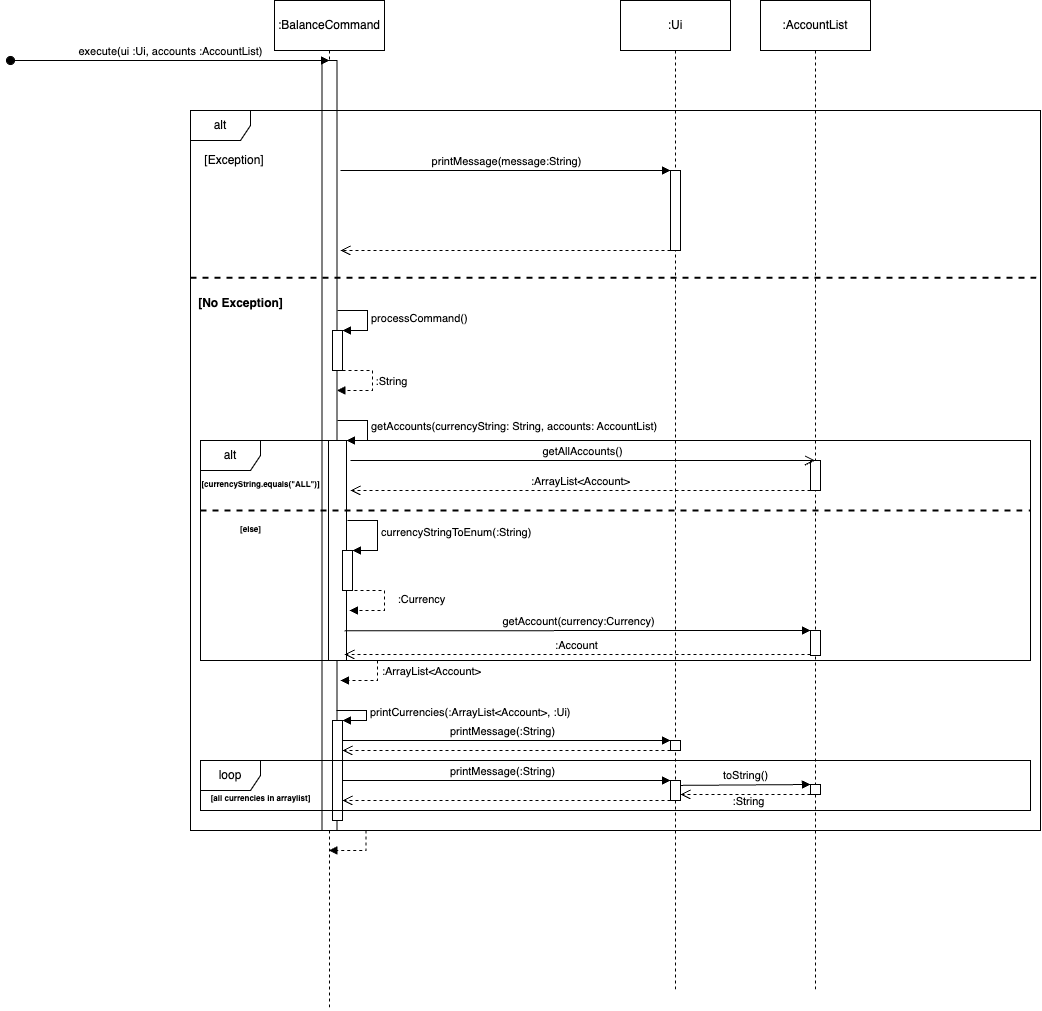
The draw.io diagram docs/images/BalanceSeqDiagram.png in woowenjun99/tp, before a commit. Source tidied: cells renumbered, new cells last; positions are measured from the earlier drawing's top-left corner, leaving out a move shared by most shapes.
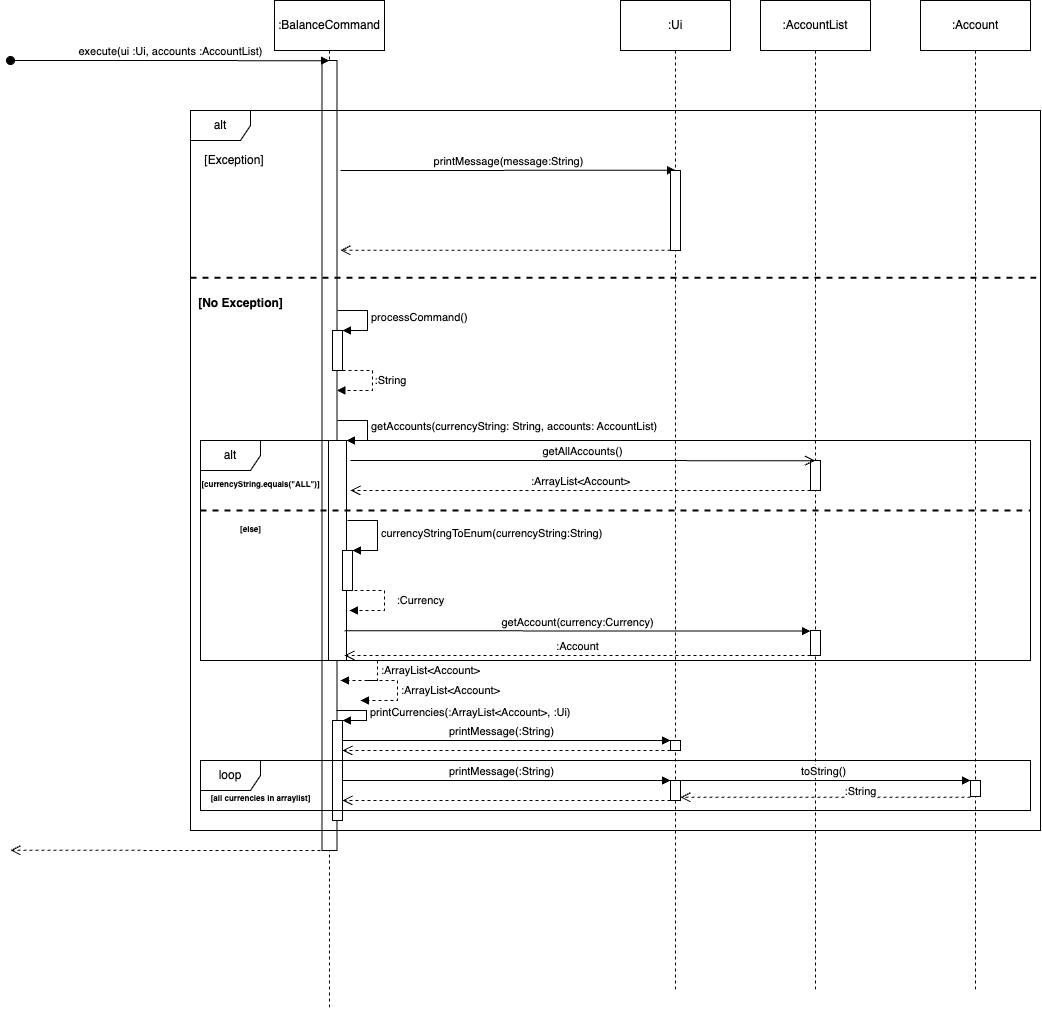
Later version of the same file.

Diff of the diagram source:
```diff
@@ -6,7 +6,7 @@
       <mxGeometry x="299" y="10" width="40" height="1000" as="geometry" />
     </mxCell>
     <mxCell id="3" style="html=1;points=[];perimeter=orthogonalPerimeter;outlineConnect=0;targetShapes=umlLifeline;portConstraint=eastwest;newEdgeStyle={&quot;edgeStyle&quot;:&quot;elbowEdgeStyle&quot;,&quot;elbow&quot;:&quot;vertical&quot;,&quot;curved&quot;:0,&quot;rounded&quot;:0};" parent="2" vertex="1">
-      <mxGeometry x="12.5" y="50" width="15" height="770" as="geometry" />
+      <mxGeometry x="12.5" y="50" width="15" height="790" as="geometry" />
     </mxCell>
     <mxCell id="4" style="html=1;points=[];perimeter=orthogonalPerimeter;outlineConnect=0;targetShapes=umlLifeline;portConstraint=eastwest;newEdgeStyle={&quot;edgeStyle&quot;:&quot;elbowEdgeStyle&quot;,&quot;elbow&quot;:&quot;vertical&quot;,&quot;curved&quot;:0,&quot;rounded&quot;:0};" parent="2" vertex="1">
       <mxGeometry x="19" y="430" width="18" height="220" as="geometry" />
@@ -125,7 +125,7 @@
     <mxCell id="30" style="html=1;points=[];perimeter=orthogonalPerimeter;outlineConnect=0;targetShapes=umlLifeline;portConstraint=eastwest;newEdgeStyle={&quot;edgeStyle&quot;:&quot;elbowEdgeStyle&quot;,&quot;elbow&quot;:&quot;vertical&quot;,&quot;curved&quot;:0,&quot;rounded&quot;:0};" parent="1" vertex="1">
       <mxGeometry x="332" y="550" width="10" height="40" as="geometry" />
     </mxCell>
-    <mxCell id="31" value="currencyStringToEnum(:String)" style="html=1;align=left;spacingLeft=2;endArrow=block;rounded=0;edgeStyle=orthogonalEdgeStyle;curved=0;rounded=0;" parent="1" edge="1" target="30">
+    <mxCell id="31" value="currencyStringToEnum(currencyString:String)" style="html=1;align=left;spacingLeft=2;endArrow=block;rounded=0;edgeStyle=orthogonalEdgeStyle;curved=0;rounded=0;" parent="1" edge="1" target="30">
       <mxGeometry relative="1" as="geometry">
         <mxPoint x="337" y="520" as="sourcePoint" />
         <Array as="points">
@@ -219,16 +219,6 @@
         </Array>
       </mxGeometry>
     </mxCell>
-    <mxCell id="45" style="html=1;align=left;spacingLeft=2;endArrow=block;rounded=0;edgeStyle=orthogonalEdgeStyle;curved=0;rounded=0;dashed=1;" parent="1" edge="1">
-      <mxGeometry relative="1" as="geometry">
-        <mxPoint x="325.5" y="830" as="sourcePoint" />
-        <mxPoint x="318.5" y="850" as="targetPoint" />
-        <Array as="points">
-          <mxPoint x="355.5" y="830" />
-          <mxPoint x="355.5" y="850" />
-        </Array>
-      </mxGeometry>
-    </mxCell>
     <mxCell id="46" value="&lt;font style=&quot;font-size: 8px;&quot;&gt;[all currencies in arraylist]&lt;/font&gt;" style="text;align=center;fontStyle=1;verticalAlign=middle;spacingLeft=3;spacingRight=3;strokeColor=none;html=1;" parent="1" vertex="1">
       <mxGeometry x="210" y="784" width="80" height="26" as="geometry" />
     </mxCell>
@@ -245,17 +235,47 @@
         <mxPoint x="334" y="654.7" as="targetPoint" />
       </mxGeometry>
     </mxCell>
+    <mxCell id="51" value="toString()" style="html=1;verticalAlign=bottom;endArrow=block;edgeStyle=elbowEdgeStyle;elbow=vertical;curved=0;rounded=0;" parent="1" edge="1" target="50">
+      <mxGeometry relative="1" as="geometry">
+        <mxPoint x="670" y="784.9" as="sourcePoint" />
+        <Array as="points">
+          <mxPoint x="770" y="780" />
+        </Array>
+      </mxGeometry>
+    </mxCell>
+    <mxCell id="53" style="html=1;verticalAlign=bottom;endArrow=open;dashed=1;endSize=8;edgeStyle=elbowEdgeStyle;elbow=vertical;curved=0;rounded=0;" parent="1" edge="1">
+      <mxGeometry relative="1" as="geometry">
+        <mxPoint x="310" y="850.1" as="sourcePoint" />
+        <mxPoint y="850" as="targetPoint" />
+      </mxGeometry>
+    </mxCell>
+    <mxCell id="54" style="html=1;align=left;spacingLeft=2;endArrow=block;rounded=0;edgeStyle=orthogonalEdgeStyle;curved=0;rounded=0;dashed=1;" parent="1" edge="1">
+      <mxGeometry relative="1" as="geometry">
+        <mxPoint x="357" y="680" as="sourcePoint" />
+        <mxPoint x="350" y="700" as="targetPoint" />
+        <Array as="points">
+          <mxPoint x="387" y="680" />
+          <mxPoint x="387" y="700" />
+        </Array>
+      </mxGeometry>
+    </mxCell>
+    <mxCell id="55" value=":ArrayList&amp;lt;Account&amp;gt;" style="edgeLabel;html=1;align=center;verticalAlign=middle;" parent="54" vertex="1">
+      <mxGeometry x="-0.08" y="-1" relative="1" as="geometry">
+        <mxPoint x="54" as="offset" />
+      </mxGeometry>
+    </mxCell>
+    <mxCell id="56" style="shape=umlLifeline;perimeter=lifelinePerimeter;whiteSpace=wrap;html=1;newEdgeStyle={&quot;edgeStyle&quot;:&quot;elbowEdgeStyle&quot;,&quot;elbow&quot;:&quot;vertical&quot;,&quot;curved&quot;:0,&quot;rounded&quot;:0};participant=umlEntity;" parent="1" vertex="1">
+      <mxGeometry x="945" y="10" width="40" height="980" as="geometry" />
+    </mxCell>
-    <mxCell id="50" style="html=1;points=[];perimeter=orthogonalPerimeter;outlineConnect=0;targetShapes=umlLifeline;portConstraint=eastwest;newEdgeStyle={&quot;edgeStyle&quot;:&quot;elbowEdgeStyle&quot;,&quot;elbow&quot;:&quot;vertical&quot;,&quot;curved&quot;:0,&quot;rounded&quot;:0};" parent="1" vertex="1">
-      <mxGeometry x="800" y="784" width="10" height="10" as="geometry" />
+    <mxCell id="50" style="html=1;points=[];perimeter=orthogonalPerimeter;outlineConnect=0;targetShapes=umlLifeline;portConstraint=eastwest;newEdgeStyle={&quot;edgeStyle&quot;:&quot;elbowEdgeStyle&quot;,&quot;elbow&quot;:&quot;vertical&quot;,&quot;curved&quot;:0,&quot;rounded&quot;:0};" parent="56" vertex="1">
+      <mxGeometry x="15" y="770" width="10" height="16" as="geometry" />
     </mxCell>
-    <mxCell id="51" value="toString()" style="html=1;verticalAlign=bottom;endArrow=block;edgeStyle=elbowEdgeStyle;elbow=vertical;curved=0;rounded=0;" parent="1" edge="1" target="50">
-      <mxGeometry relative="1" as="geometry">
-        <mxPoint x="670" y="784.9" as="sourcePoint" />
-      </mxGeometry>
-    </mxCell>
+    <mxCell id="57" value=":Account" style="html=1;whiteSpace=wrap;" parent="1" vertex="1">
+      <mxGeometry x="910" width="110" height="50" as="geometry" />
+    </mxCell>
-    <mxCell id="52" value=":String" style="html=1;verticalAlign=bottom;endArrow=open;dashed=1;endSize=8;edgeStyle=elbowEdgeStyle;elbow=vertical;curved=0;rounded=0;" parent="1" edge="1" source="50">
-      <mxGeometry x="-0.04" y="16" relative="1" as="geometry">
-        <mxPoint x="670" y="794" as="targetPoint" />
+    <mxCell id="52" value=":String" style="html=1;verticalAlign=bottom;endArrow=open;dashed=1;endSize=8;edgeStyle=elbowEdgeStyle;elbow=vertical;curved=0;rounded=0;" parent="1" edge="1" target="42">
+      <mxGeometry x="-0.24" y="3" relative="1" as="geometry">
+        <mxPoint x="960" y="796.8" as="sourcePoint" />
       </mxGeometry>
     </mxCell>
   </root>
```
